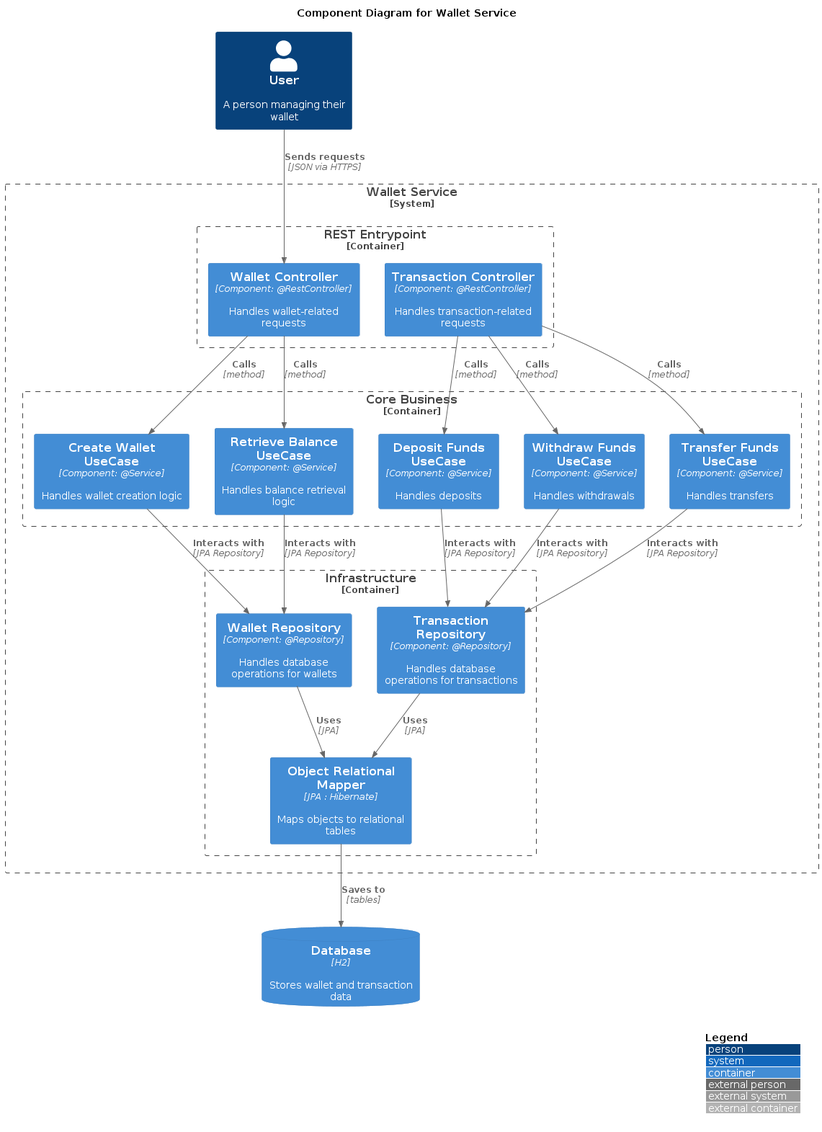
The PlantUML diagram docs/diagrams/03-ComponentDiagram.png in jtsato/wallet-service-java, before a commit.
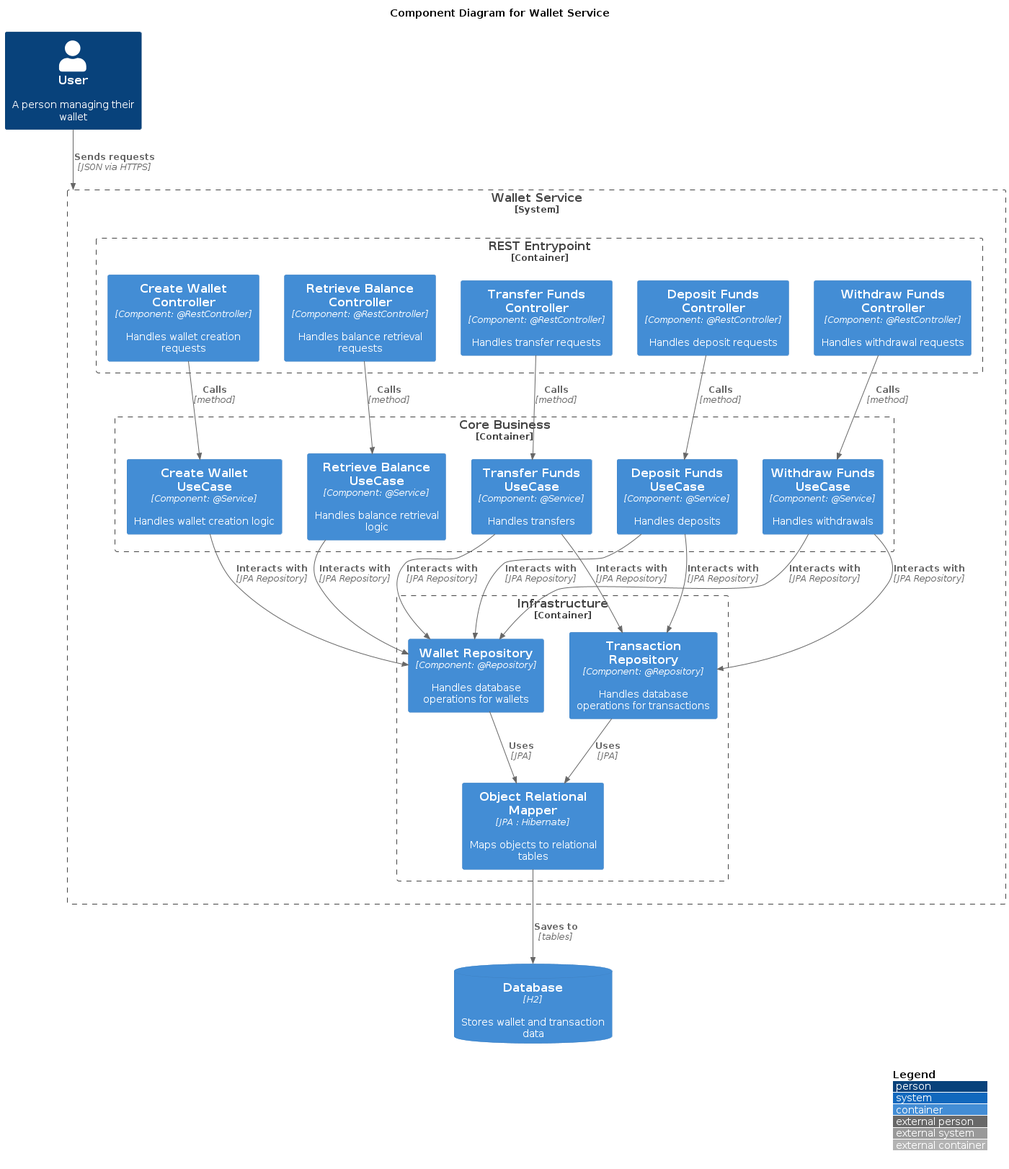
Above is the later version.

What changed in the source:
```diff
@@ -12,8 +12,11 @@
 
 System_Boundary(walletservice, "Wallet Service") {
     Container_Boundary(restEntrypoint, "REST Entrypoint") {
-        Container(walletController, "Wallet Controller", "Component: @RestController", "Handles wallet-related requests")
-        Container(transactionController, "Transaction Controller", "Component: @RestController", "Handles transaction-related requests")
+        Container(createWalletController, "Create Wallet Controller", "Component: @RestController", "Handles wallet creation requests")
+        Container(retrieveBalanceController, "Retrieve Balance Controller", "Component: @RestController", "Handles balance retrieval requests")
+        Container(depositFundsController, "Deposit Funds Controller", "Component: @RestController", "Handles deposit requests")
+        Container(withdrawFundsController, "Withdraw Funds Controller", "Component: @RestController", "Handles withdrawal requests")
+        Container(transferFundsController, "Transfer Funds Controller", "Component: @RestController", "Handles transfer requests")
     }
 
     Container_Boundary(coreBusiness, "Core Business") {
@@ -33,17 +36,20 @@
 
 ContainerDb(database, "Database", "H2", "Stores wallet and transaction data", $tags = "storage")
 
-Rel_D(user, walletController, "Sends requests", "JSON via HTTPS")
-Rel_D(walletController, createWalletUseCase, "Calls", "method")
-Rel_D(walletController, retrieveBalanceUseCase, "Calls", "method")
-Rel_D(transactionController, depositFundsUseCase, "Calls", "method")
-Rel_D(transactionController, withdrawFundsUseCase, "Calls", "method")
-Rel_D(transactionController, transferFundsUseCase, "Calls", "method")
+Rel_D(user, walletservice, "Sends requests", "JSON via HTTPS")
+Rel_D(createWalletController, createWalletUseCase, "Calls", "method")
+Rel_D(retrieveBalanceController, retrieveBalanceUseCase, "Calls", "method")
+Rel_D(depositFundsController, depositFundsUseCase, "Calls", "method")
+Rel_D(withdrawFundsController, withdrawFundsUseCase, "Calls", "method")
+Rel_D(transferFundsController, transferFundsUseCase, "Calls", "method")
 
 Rel_D(createWalletUseCase, walletRepository, "Interacts with", "JPA Repository")
 Rel_D(retrieveBalanceUseCase, walletRepository, "Interacts with", "JPA Repository")
+Rel_D(depositFundsUseCase, walletRepository, "Interacts with", "JPA Repository")
 Rel_D(depositFundsUseCase, transactionRepository, "Interacts with", "JPA Repository")
+Rel_D(withdrawFundsUseCase, walletRepository, "Interacts with", "JPA Repository")
 Rel_D(withdrawFundsUseCase, transactionRepository, "Interacts with", "JPA Repository")
+Rel_D(transferFundsUseCase, walletRepository, "Interacts with", "JPA Repository")
 Rel_D(transferFundsUseCase, transactionRepository, "Interacts with", "JPA Repository")
 Rel_D(walletRepository, orm, "Uses", "JPA")
 Rel_D(transactionRepository, orm, "Uses", "JPA")
```
